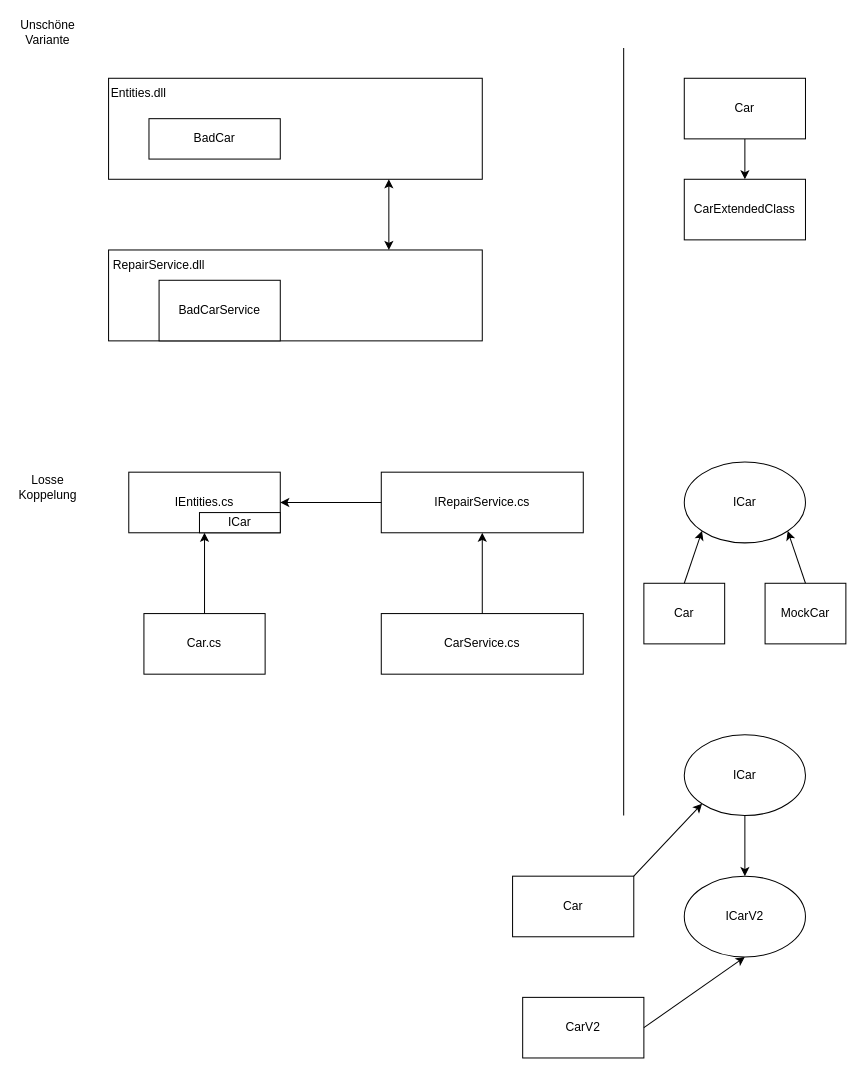
Before: Diagramme/DependencyInversionSample.drawio in ppedvAG/CSharp_Fortgeschritten_KW48_ppedv, a draw.io diagram. Source tidied: cells renumbered, new cells numbered last; positions are measured from the earlier drawing's top-left corner, leaving out a move shared by most shapes. Both pictures are drawn from the tidied source at 101%, with x=0, y=0 at pixel (17, 17).
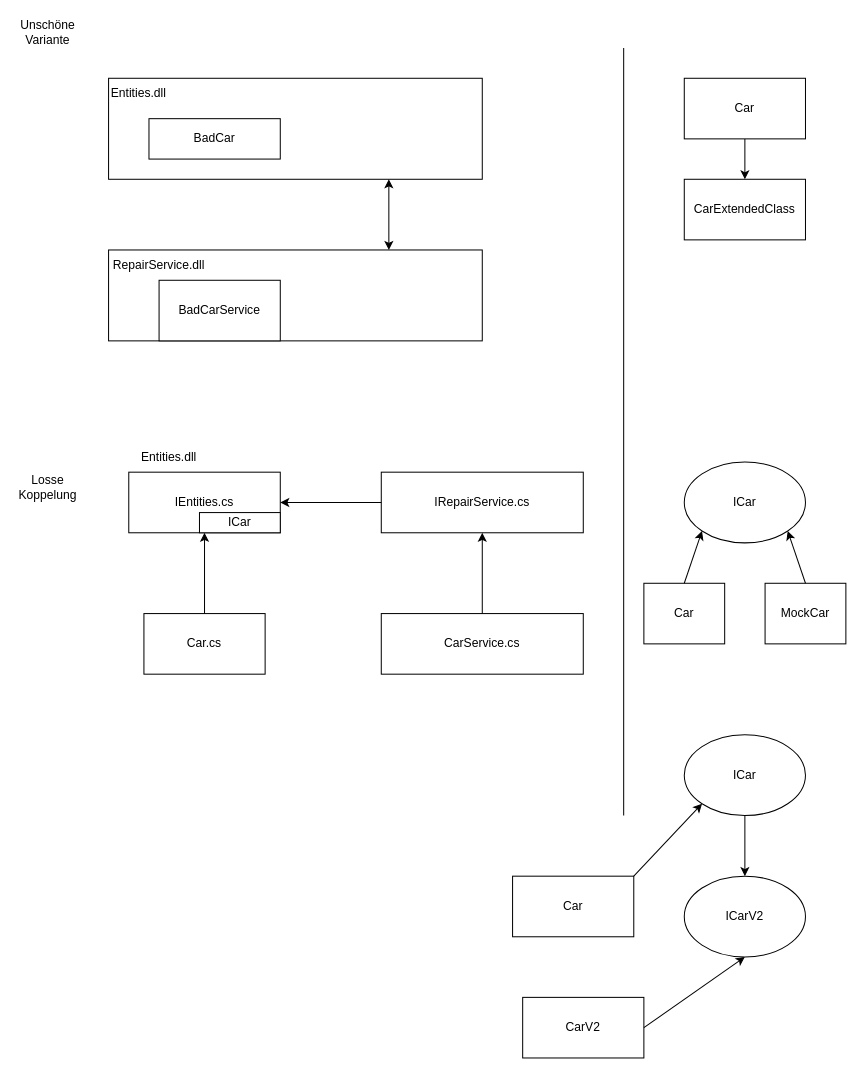
The same diagram, later.

The edit, as a diff of the source:
```diff
@@
+    <mxCell id="35" value="Entities.dll" style="text;html=1;strokeColor=none;fillColor=none;align=center;verticalAlign=middle;whiteSpace=wrap;rounded=0;" parent="1" vertex="1">
+      <mxGeometry x="110" y="420" width="80" height="30" as="geometry" />
+    </mxCell>
```
